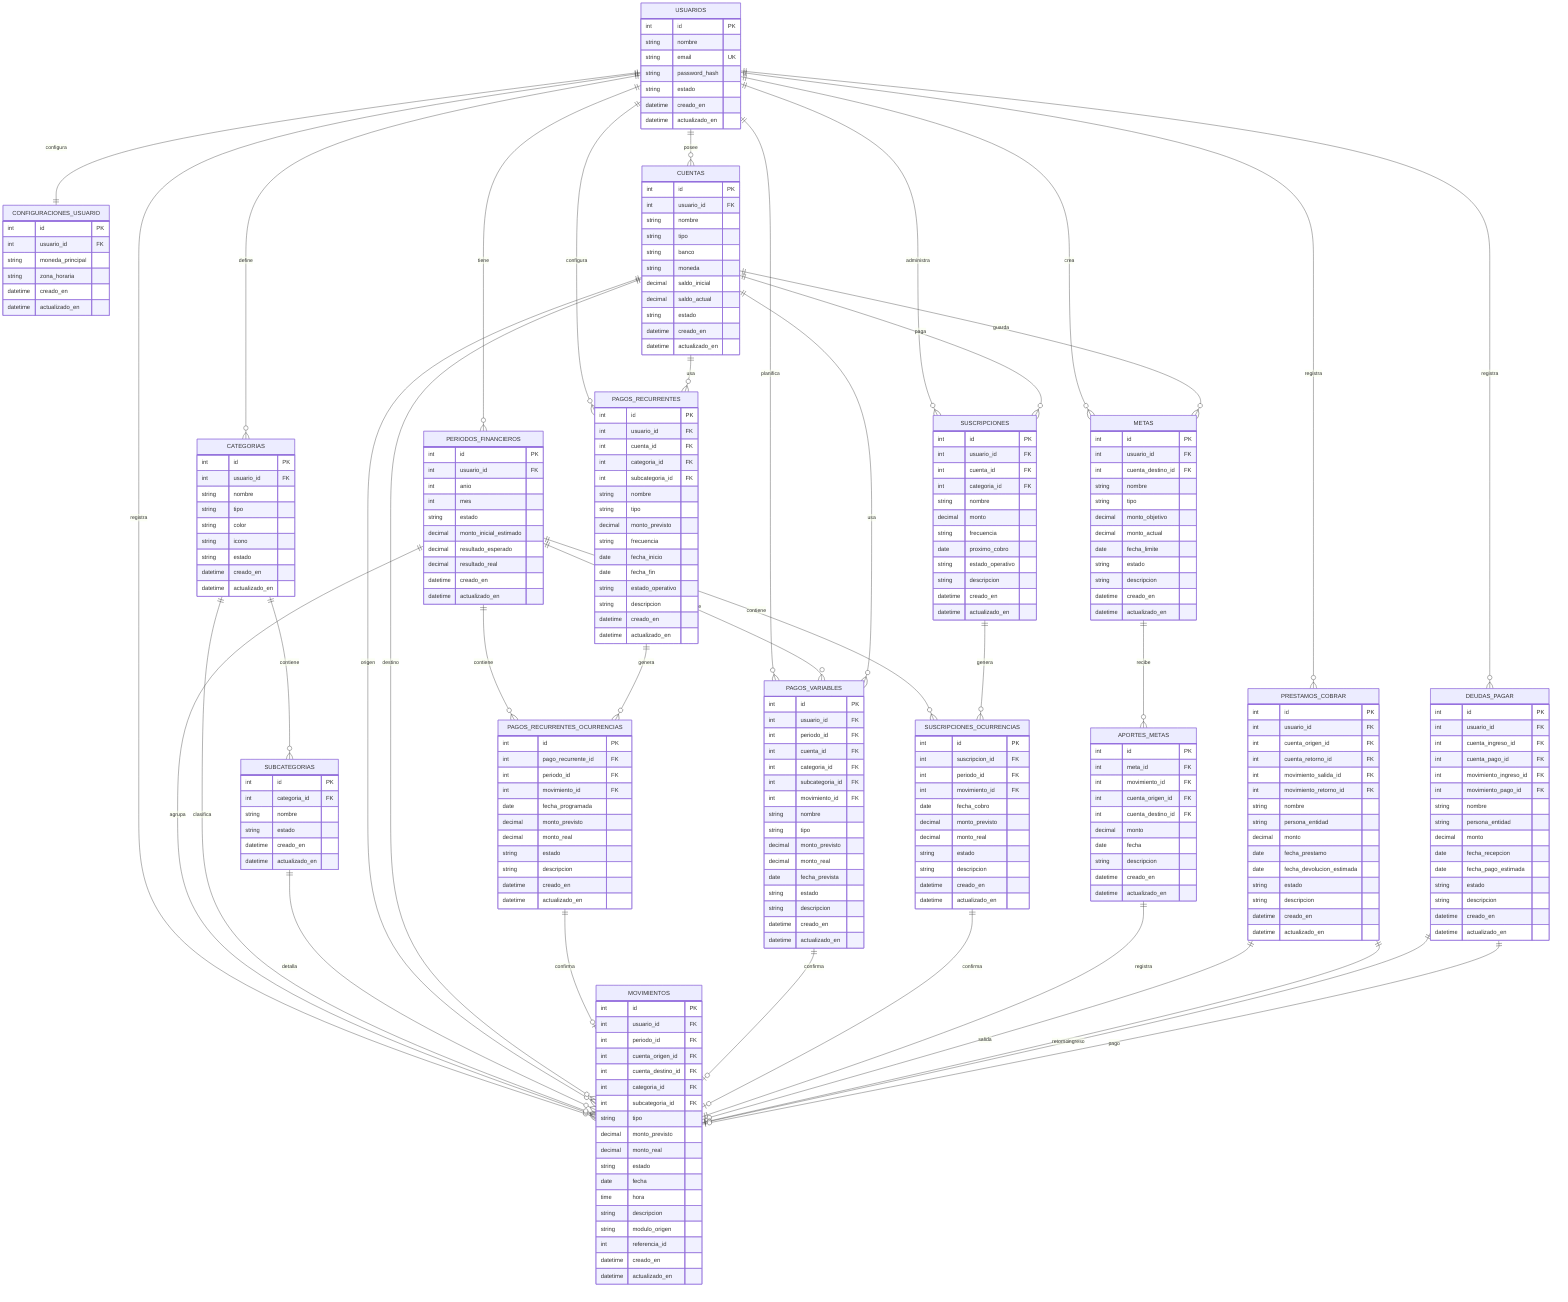
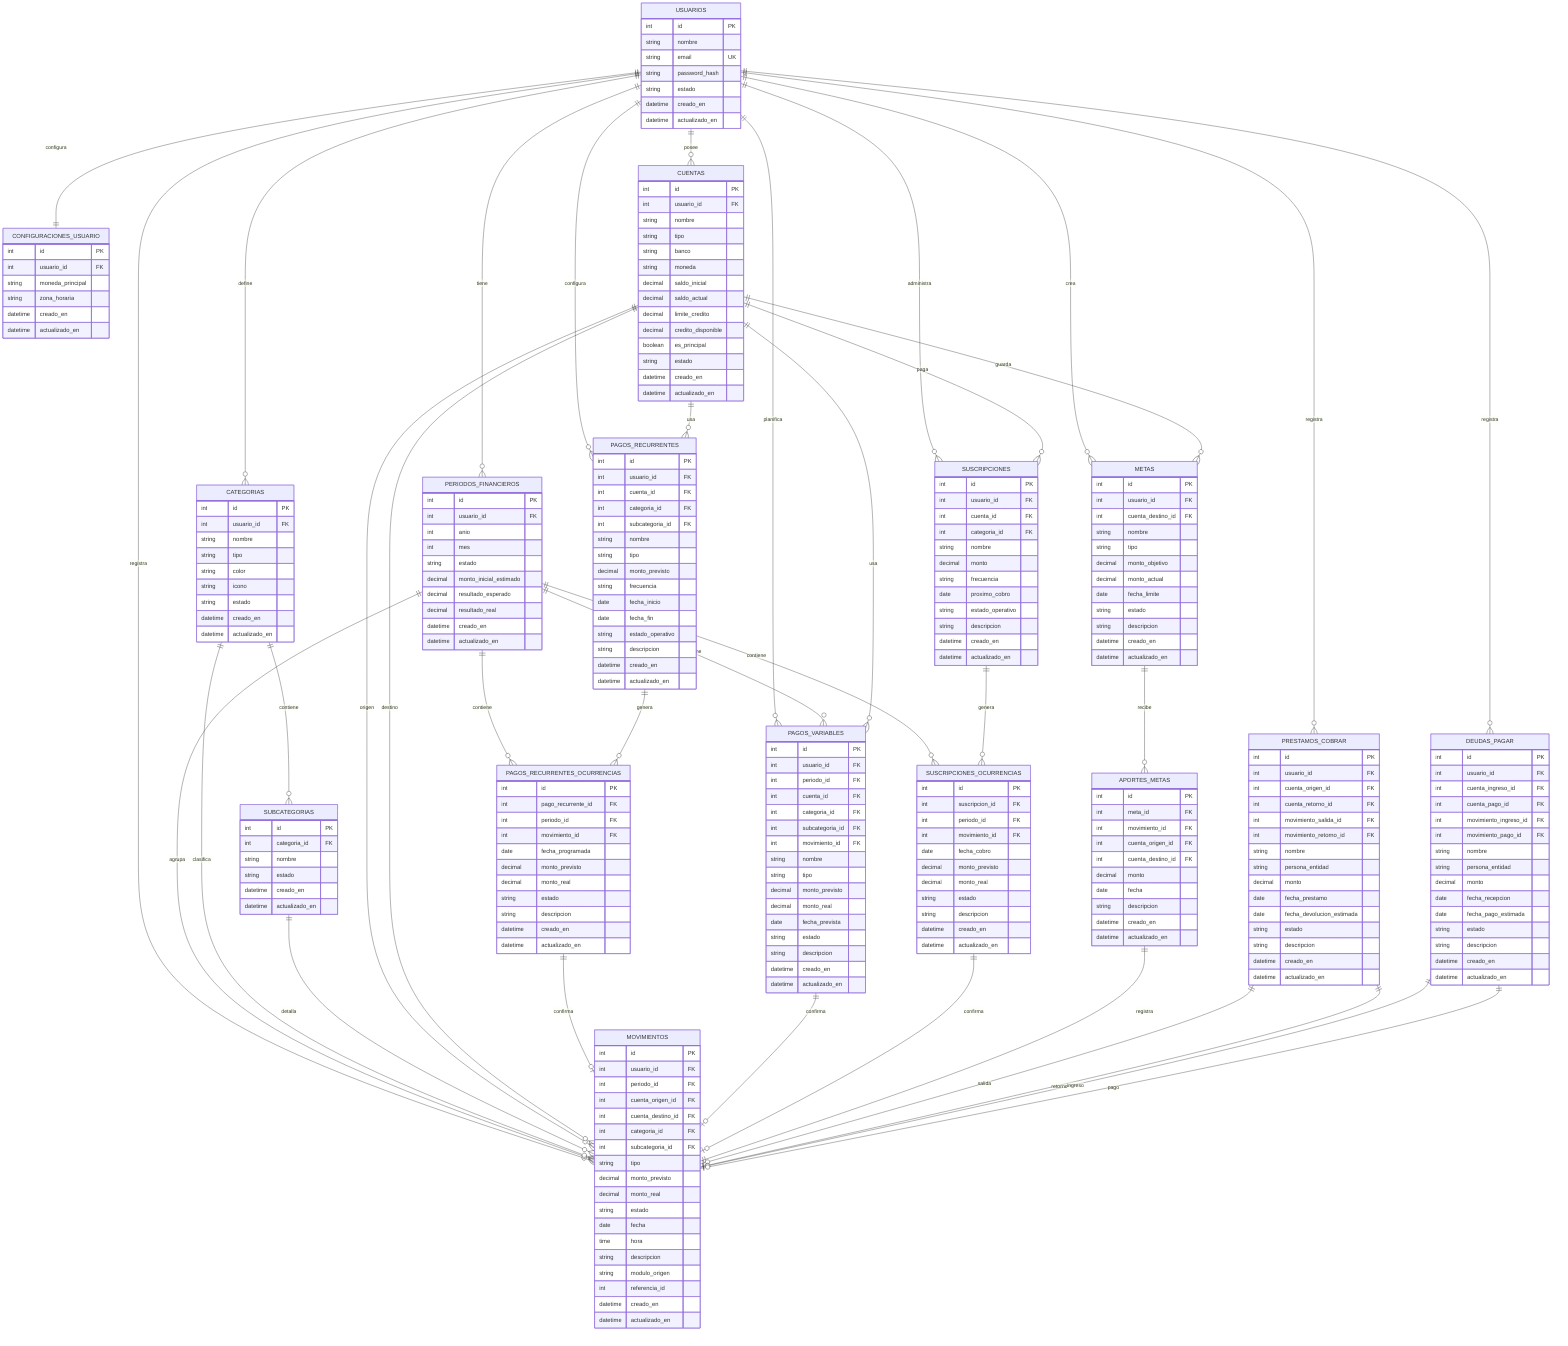
- erDiagram
+ ﻿erDiagram
    USUARIOS {
        int id PK
        string nombre
        string email UK
        string password_hash
        string estado
        datetime creado_en
        datetime actualizado_en
    }

    CONFIGURACIONES_USUARIO {
        int id PK
        int usuario_id FK
        string moneda_principal
        string zona_horaria
        datetime creado_en
        datetime actualizado_en
    }

    PERIODOS_FINANCIEROS {
        int id PK
        int usuario_id FK
        int anio
        int mes
        string estado
        decimal monto_inicial_estimado
        decimal resultado_esperado
        decimal resultado_real
        datetime creado_en
        datetime actualizado_en
    }

    CUENTAS {
        int id PK
        int usuario_id FK
        string nombre
        string tipo
        string banco
        string moneda
        decimal saldo_inicial
        decimal saldo_actual
+         decimal limite_credito
+         decimal credito_disponible
+         boolean es_principal
        string estado
        datetime creado_en
        datetime actualizado_en
    }

    CATEGORIAS {
        int id PK
        int usuario_id FK
        string nombre
        string tipo
        string color
        string icono
        string estado
        datetime creado_en
        datetime actualizado_en
    }

    SUBCATEGORIAS {
        int id PK
        int categoria_id FK
        string nombre
        string estado
        datetime creado_en
        datetime actualizado_en
    }

    MOVIMIENTOS {
        int id PK
        int usuario_id FK
        int periodo_id FK
        int cuenta_origen_id FK
        int cuenta_destino_id FK
        int categoria_id FK
        int subcategoria_id FK
        string tipo
        decimal monto_previsto
        decimal monto_real
        string estado
        date fecha
        time hora
        string descripcion
        string modulo_origen
        int referencia_id
        datetime creado_en
        datetime actualizado_en
    }

    PAGOS_RECURRENTES {
        int id PK
        int usuario_id FK
        int cuenta_id FK
        int categoria_id FK
        int subcategoria_id FK
        string nombre
        string tipo
        decimal monto_previsto
        string frecuencia
        date fecha_inicio
        date fecha_fin
        string estado_operativo
        string descripcion
        datetime creado_en
        datetime actualizado_en
    }

    PAGOS_RECURRENTES_OCURRENCIAS {
        int id PK
        int pago_recurrente_id FK
        int periodo_id FK
        int movimiento_id FK
        date fecha_programada
        decimal monto_previsto
        decimal monto_real
        string estado
        string descripcion
        datetime creado_en
        datetime actualizado_en
    }

    PAGOS_VARIABLES {
        int id PK
        int usuario_id FK
        int periodo_id FK
        int cuenta_id FK
        int categoria_id FK
        int subcategoria_id FK
        int movimiento_id FK
        string nombre
        string tipo
        decimal monto_previsto
        decimal monto_real
        date fecha_prevista
        string estado
        string descripcion
        datetime creado_en
        datetime actualizado_en
    }

    SUSCRIPCIONES {
        int id PK
        int usuario_id FK
        int cuenta_id FK
        int categoria_id FK
        string nombre
        decimal monto
        string frecuencia
        date proximo_cobro
        string estado_operativo
        string descripcion
        datetime creado_en
        datetime actualizado_en
    }

    SUSCRIPCIONES_OCURRENCIAS {
        int id PK
        int suscripcion_id FK
        int periodo_id FK
        int movimiento_id FK
        date fecha_cobro
        decimal monto_previsto
        decimal monto_real
        string estado
        string descripcion
        datetime creado_en
        datetime actualizado_en
    }

    METAS {
        int id PK
        int usuario_id FK
        int cuenta_destino_id FK
        string nombre
        string tipo
        decimal monto_objetivo
        decimal monto_actual
        date fecha_limite
        string estado
        string descripcion
        datetime creado_en
        datetime actualizado_en
    }

    APORTES_METAS {
        int id PK
        int meta_id FK
        int movimiento_id FK
        int cuenta_origen_id FK
        int cuenta_destino_id FK
        decimal monto
        date fecha
        string descripcion
        datetime creado_en
        datetime actualizado_en
    }

    PRESTAMOS_COBRAR {
        int id PK
        int usuario_id FK
        int cuenta_origen_id FK
        int cuenta_retorno_id FK
        int movimiento_salida_id FK
        int movimiento_retorno_id FK
        string nombre
        string persona_entidad
        decimal monto
        date fecha_prestamo
        date fecha_devolucion_estimada
        string estado
        string descripcion
        datetime creado_en
        datetime actualizado_en
    }

    DEUDAS_PAGAR {
        int id PK
        int usuario_id FK
        int cuenta_ingreso_id FK
        int cuenta_pago_id FK
        int movimiento_ingreso_id FK
        int movimiento_pago_id FK
        string nombre
        string persona_entidad
        decimal monto
        date fecha_recepcion
        date fecha_pago_estimada
        string estado
        string descripcion
        datetime creado_en
        datetime actualizado_en
    }

    USUARIOS ||--|| CONFIGURACIONES_USUARIO : configura
    USUARIOS ||--o{ PERIODOS_FINANCIEROS : tiene
    USUARIOS ||--o{ CUENTAS : posee
    USUARIOS ||--o{ CATEGORIAS : define
    USUARIOS ||--o{ MOVIMIENTOS : registra
    USUARIOS ||--o{ PAGOS_RECURRENTES : configura
    USUARIOS ||--o{ PAGOS_VARIABLES : planifica
    USUARIOS ||--o{ SUSCRIPCIONES : administra
    USUARIOS ||--o{ METAS : crea
    USUARIOS ||--o{ PRESTAMOS_COBRAR : registra
    USUARIOS ||--o{ DEUDAS_PAGAR : registra

    PERIODOS_FINANCIEROS ||--o{ MOVIMIENTOS : agrupa
    PERIODOS_FINANCIEROS ||--o{ PAGOS_RECURRENTES_OCURRENCIAS : contiene
    PERIODOS_FINANCIEROS ||--o{ PAGOS_VARIABLES : contiene
    PERIODOS_FINANCIEROS ||--o{ SUSCRIPCIONES_OCURRENCIAS : contiene

    CATEGORIAS ||--o{ SUBCATEGORIAS : contiene
    CATEGORIAS ||--o{ MOVIMIENTOS : clasifica
    SUBCATEGORIAS ||--o{ MOVIMIENTOS : detalla

    CUENTAS ||--o{ MOVIMIENTOS : origen
    CUENTAS ||--o{ MOVIMIENTOS : destino
    CUENTAS ||--o{ PAGOS_RECURRENTES : usa
    CUENTAS ||--o{ PAGOS_VARIABLES : usa
    CUENTAS ||--o{ SUSCRIPCIONES : paga
    CUENTAS ||--o{ METAS : guarda

    PAGOS_RECURRENTES ||--o{ PAGOS_RECURRENTES_OCURRENCIAS : genera
    PAGOS_RECURRENTES_OCURRENCIAS ||--o| MOVIMIENTOS : confirma

    PAGOS_VARIABLES ||--o| MOVIMIENTOS : confirma

    SUSCRIPCIONES ||--o{ SUSCRIPCIONES_OCURRENCIAS : genera
    SUSCRIPCIONES_OCURRENCIAS ||--o| MOVIMIENTOS : confirma

    METAS ||--o{ APORTES_METAS : recibe
    APORTES_METAS ||--|| MOVIMIENTOS : registra

    PRESTAMOS_COBRAR ||--o| MOVIMIENTOS : salida
    PRESTAMOS_COBRAR ||--o| MOVIMIENTOS : retorno

    DEUDAS_PAGAR ||--o| MOVIMIENTOS : ingreso
    DEUDAS_PAGAR ||--o| MOVIMIENTOS : pago

